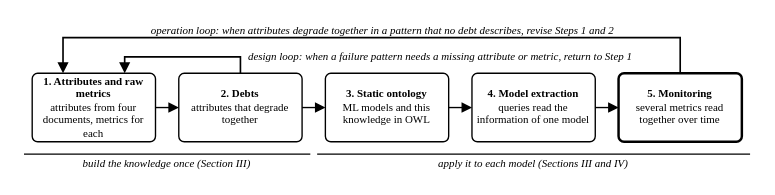
The draw.io diagram docs/pipeline.drawio in anonimoustt/IEEESyscon_2027, before the edit. Source tidied: cells renumbered, new cells numbered last; positions are measured from the earlier drawing's top-left corner, leaving out a move shared by most shapes. Both pictures are drawn from the tidied source at 137%, with x=0, y=0 at pixel (23, 23).
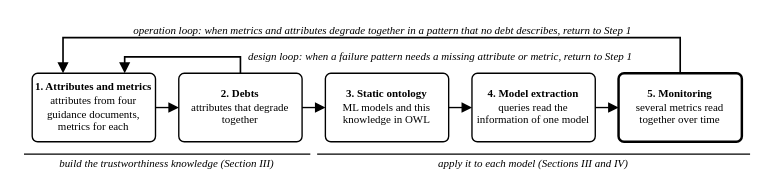
The same page after the edit.

Change to the diagram source:
```diff
@@
-    <mxCell id="2" value="&lt;b&gt;1. Attributes and raw metrics&lt;/b&gt;&lt;br&gt;attributes from four documents, metrics for each" style="rounded=1;arcSize=8;whiteSpace=wrap;html=1;align=center;verticalAlign=middle;spacing=3;fillColor=#FFFFFF;strokeColor=#000000;strokeWidth=1;fontFamily=Times New Roman;fontSize=8;fontColor=#000000;" parent="1" vertex="1">
+    <mxCell id="2" value="&lt;b&gt;1. Attributes and metrics&lt;/b&gt;&lt;br&gt;attributes from four guidance documents, metrics for each" style="rounded=1;arcSize=8;whiteSpace=wrap;html=1;align=center;verticalAlign=middle;spacing=3;fillColor=#FFFFFF;strokeColor=#000000;strokeWidth=1;fontFamily=Times New Roman;fontSize=8;fontColor=#000000;" parent="1" vertex="1">
       <mxGeometry x="6" y="36" width="90" height="50" as="geometry" />
     </mxCell>
@@
-    <mxCell id="13" value="operation loop: when attributes degrade together in a pattern that no debt describes, revise Steps 1 and 2" style="text;html=1;align=center;verticalAlign=middle;whiteSpace=wrap;fontStyle=2;fontFamily=Times New Roman;fontSize=8;fontColor=#000000;" parent="1" vertex="1">
+    <mxCell id="13" value="operation loop: when metrics and attributes degrade together in a pattern that no debt describes, return to Step 1" style="text;html=1;align=center;verticalAlign=middle;whiteSpace=wrap;fontStyle=2;fontFamily=Times New Roman;fontSize=8;fontColor=#000000;" parent="1" vertex="1">
       <mxGeometry x="42" width="440" height="10" as="geometry" />
     </mxCell>
@@
-    <mxCell id="16" value="build the knowledge once (Section III)" style="text;html=1;align=center;verticalAlign=middle;whiteSpace=wrap;fontStyle=2;fontFamily=Times New Roman;fontSize=8;fontColor=#000000;" parent="1" vertex="1">
+    <mxCell id="16" value="build the trustworthiness knowledge (Section III)" style="text;html=1;align=center;verticalAlign=middle;whiteSpace=wrap;fontStyle=2;fontFamily=Times New Roman;fontSize=8;fontColor=#000000;" parent="1" vertex="1">
       <mxGeometry y="96" width="209" height="12" as="geometry" />
     </mxCell>
```
